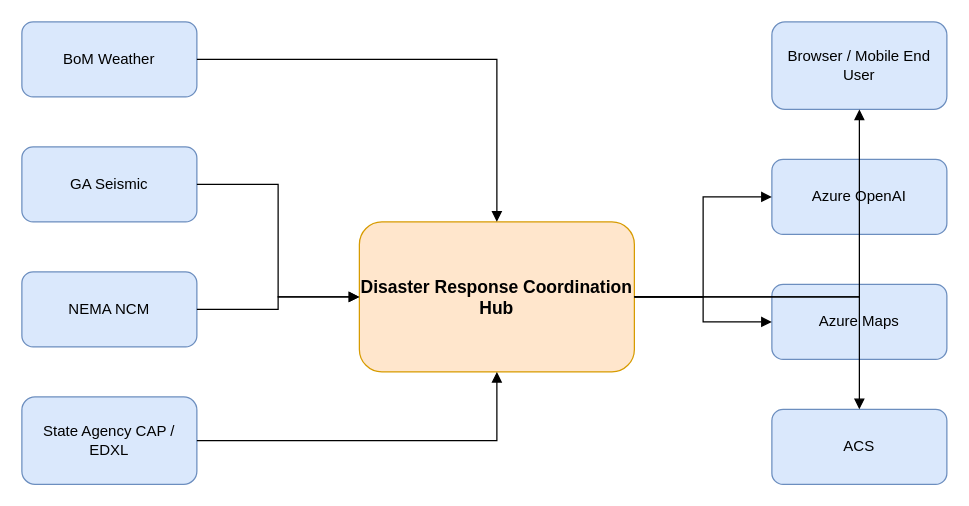
The draw.io diagram docs/architecture/c4/system.drawio in johnbilliris/ama, before the edit. Source tidied: cells renumbered, new cells numbered last; positions are measured from the earlier drawing's top-left corner, leaving out a move shared by most shapes. Both pictures are drawn from the tidied source at 125%, with x=0, y=0 at pixel (21, 21).
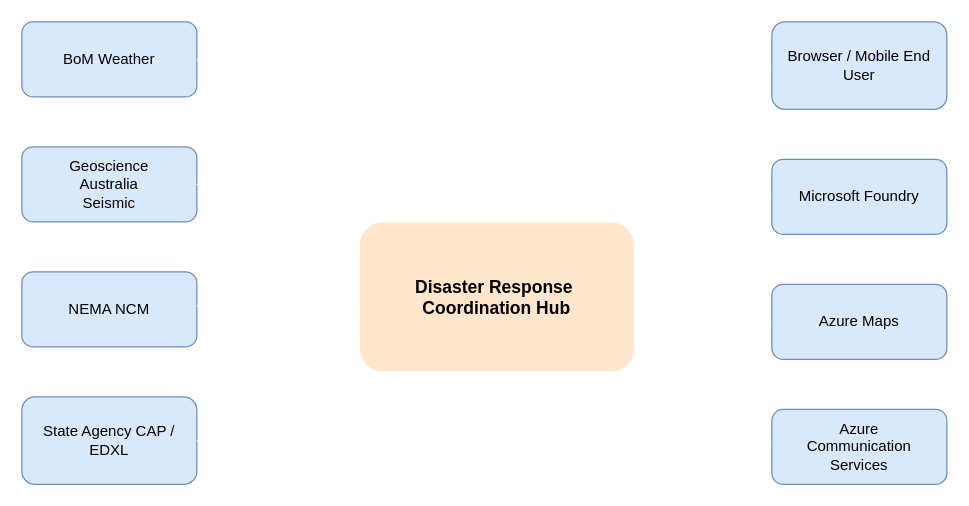
The same diagram, later.

Unchanged cells that the change refers to:
```xml
<mxCell id="3" value="BoM Weather" style="rounded=1;whiteSpace=wrap;html=1;fillColor=#dae8fc;strokeColor=#6c8ebf;fontSize=12;" parent="1" vertex="1">
  <mxGeometry width="140" height="60" as="geometry" />
</mxCell>
<mxCell id="5" value="NEMA NCM" style="rounded=1;whiteSpace=wrap;html=1;fillColor=#dae8fc;strokeColor=#6c8ebf;fontSize=12;" parent="1" vertex="1">
  <mxGeometry y="200" width="140" height="60" as="geometry" />
</mxCell>
<mxCell id="6" value="State Agency&amp;#xa;CAP / EDXL" style="rounded=1;whiteSpace=wrap;html=1;fillColor=#dae8fc;strokeColor=#6c8ebf;fontSize=12;" parent="1" vertex="1">
  <mxGeometry y="300" width="140" height="70" as="geometry" />
</mxCell>
<mxCell id="7" value="Browser / Mobile&amp;#xa;End User" style="rounded=1;whiteSpace=wrap;html=1;fillColor=#dae8fc;strokeColor=#6c8ebf;fontSize=12;" parent="1" vertex="1">
  <mxGeometry x="600" width="140" height="70" as="geometry" />
</mxCell>
<mxCell id="9" value="Azure Maps" style="rounded=1;whiteSpace=wrap;html=1;fillColor=#dae8fc;strokeColor=#6c8ebf;fontSize=12;" parent="1" vertex="1">
  <mxGeometry x="600" y="210" width="140" height="60" as="geometry" />
</mxCell>
```

The edit, as a diff of the source:
```diff
@@
-    <mxCell id="2" value="Disaster Response&amp;#xa;Coordination Hub" style="rounded=1;whiteSpace=wrap;html=1;fillColor=#ffe6cc;strokeColor=#d79b00;fontSize=14;fontStyle=1;" parent="1" vertex="1">
+    <mxCell id="2" value="Disaster Response&amp;nbsp;&lt;div&gt;Coordination Hub&lt;/div&gt;" style="rounded=1;whiteSpace=wrap;html=1;fillColor=#ffe6cc;strokeColor=#FFFFFF;fontSize=14;fontStyle=1;" parent="1" vertex="1">
       <mxGeometry x="270" y="160" width="220" height="120" as="geometry" />
     </mxCell>
@@
-    <mxCell id="4" value="GA Seismic" style="rounded=1;whiteSpace=wrap;html=1;fillColor=#dae8fc;strokeColor=#6c8ebf;fontSize=12;" parent="1" vertex="1">
+    <mxCell id="4" value="Geoscience&lt;div&gt;Australia&lt;/div&gt;&lt;div&gt;Seismic&lt;/div&gt;" style="rounded=1;whiteSpace=wrap;html=1;fillColor=#dae8fc;strokeColor=#6c8ebf;fontSize=12;" parent="1" vertex="1">
       <mxGeometry y="100" width="140" height="60" as="geometry" />
     </mxCell>
@@
-    <mxCell id="8" value="Azure OpenAI" style="rounded=1;whiteSpace=wrap;html=1;fillColor=#dae8fc;strokeColor=#6c8ebf;fontSize=12;" parent="1" vertex="1">
+    <mxCell id="8" value="Microsoft Foundry" style="rounded=1;whiteSpace=wrap;html=1;fillColor=#dae8fc;strokeColor=#6c8ebf;fontSize=12;" parent="1" vertex="1">
       <mxGeometry x="600" y="110" width="140" height="60" as="geometry" />
     </mxCell>
@@
-    <mxCell id="10" value="ACS" style="rounded=1;whiteSpace=wrap;html=1;fillColor=#dae8fc;strokeColor=#6c8ebf;fontSize=12;" parent="1" vertex="1">
+    <mxCell id="10" value="Azure&lt;div&gt;Communication&lt;/div&gt;&lt;div&gt;Services&lt;/div&gt;" style="rounded=1;whiteSpace=wrap;html=1;fillColor=#dae8fc;strokeColor=#6c8ebf;fontSize=12;" parent="1" vertex="1">
       <mxGeometry x="600" y="310" width="140" height="60" as="geometry" />
     </mxCell>
-    <mxCell id="11" style="edgeStyle=orthogonalEdgeStyle;rounded=0;jettySize=auto;html=1;endArrow=block;endFill=1;" parent="1" edge="1" source="3" target="2">
-      <mxGeometry relative="1" as="geometry" />
+    <mxCell id="11" style="edgeStyle=orthogonalEdgeStyle;rounded=0;jettySize=auto;html=1;endArrow=block;endFill=1;strokeColor=#FFFFFF;" parent="1" edge="1" source="3">
+      <mxGeometry relative="1" as="geometry">
+        <mxPoint x="270" y="227" as="targetPoint" />
+        <Array as="points">
+          <mxPoint x="200" y="30" />
+          <mxPoint x="200" y="227" />
+        </Array>
+      </mxGeometry>
     </mxCell>
-    <mxCell id="12" style="edgeStyle=orthogonalEdgeStyle;rounded=0;jettySize=auto;html=1;endArrow=block;endFill=1;" parent="1" edge="1" source="4" target="2">
-      <mxGeometry relative="1" as="geometry" />
+    <mxCell id="12" style="edgeStyle=orthogonalEdgeStyle;rounded=0;jettySize=auto;html=1;endArrow=block;endFill=1;strokeColor=#FFFFFF;" parent="1" edge="1" source="4" target="2">
+      <mxGeometry relative="1" as="geometry">
+        <Array as="points">
+          <mxPoint x="200" y="130" />
+          <mxPoint x="200" y="227" />
+        </Array>
+      </mxGeometry>
     </mxCell>
-    <mxCell id="13" style="edgeStyle=orthogonalEdgeStyle;rounded=0;jettySize=auto;html=1;endArrow=block;endFill=1;" parent="1" edge="1" source="5" target="2">
-      <mxGeometry relative="1" as="geometry" />
+    <mxCell id="13" style="edgeStyle=orthogonalEdgeStyle;rounded=0;jettySize=auto;html=1;endArrow=block;endFill=1;strokeColor=#FFFFFF;entryX=0.005;entryY=0.562;entryDx=0;entryDy=0;entryPerimeter=0;" parent="1" edge="1" source="5" target="2">
+      <mxGeometry relative="1" as="geometry">
+        <Array as="points">
+          <mxPoint x="205" y="227" />
+        </Array>
+      </mxGeometry>
     </mxCell>
-    <mxCell id="14" style="edgeStyle=orthogonalEdgeStyle;rounded=0;jettySize=auto;html=1;endArrow=block;endFill=1;" parent="1" edge="1" source="6" target="2">
-      <mxGeometry relative="1" as="geometry" />
+    <mxCell id="14" style="edgeStyle=orthogonalEdgeStyle;rounded=0;jettySize=auto;html=1;endArrow=block;endFill=1;strokeColor=#FFFFFF;entryX=-0.012;entryY=0.569;entryDx=0;entryDy=0;entryPerimeter=0;" parent="1" edge="1" source="6" target="2">
+      <mxGeometry relative="1" as="geometry">
+        <Array as="points">
+          <mxPoint x="200" y="335" />
+          <mxPoint x="200" y="228" />
+        </Array>
+      </mxGeometry>
     </mxCell>
-    <mxCell id="15" style="edgeStyle=orthogonalEdgeStyle;rounded=0;jettySize=auto;html=1;endArrow=block;endFill=1;" parent="1" edge="1" source="2" target="7">
+    <mxCell id="15" style="edgeStyle=orthogonalEdgeStyle;rounded=0;jettySize=auto;html=1;endArrow=block;endFill=1;entryX=0;entryY=0.5;entryDx=0;entryDy=0;strokeColor=#FFFFFF;" parent="1" edge="1" source="2" target="7">
       <mxGeometry relative="1" as="geometry" />
     </mxCell>
-    <mxCell id="16" style="edgeStyle=orthogonalEdgeStyle;rounded=0;jettySize=auto;html=1;endArrow=block;endFill=1;" parent="1" edge="1" source="2" target="8">
+    <mxCell id="16" style="edgeStyle=orthogonalEdgeStyle;rounded=0;jettySize=auto;html=1;endArrow=block;endFill=1;strokeColor=#FFFFFF;" parent="1" edge="1" source="2" target="8">
       <mxGeometry relative="1" as="geometry" />
     </mxCell>
-    <mxCell id="17" style="edgeStyle=orthogonalEdgeStyle;rounded=0;jettySize=auto;html=1;endArrow=block;endFill=1;" parent="1" edge="1" source="2" target="9">
+    <mxCell id="17" style="edgeStyle=orthogonalEdgeStyle;rounded=0;jettySize=auto;html=1;endArrow=block;endFill=1;strokeColor=#FFFFFF;" parent="1" edge="1" source="2" target="9">
       <mxGeometry relative="1" as="geometry" />
     </mxCell>
-    <mxCell id="18" style="edgeStyle=orthogonalEdgeStyle;rounded=0;jettySize=auto;html=1;endArrow=block;endFill=1;" parent="1" edge="1" source="2" target="10">
+    <mxCell id="18" style="edgeStyle=orthogonalEdgeStyle;rounded=0;jettySize=auto;html=1;endArrow=block;endFill=1;entryX=0;entryY=0.5;entryDx=0;entryDy=0;strokeColor=#FFFFFF;" parent="1" edge="1" source="2" target="10">
       <mxGeometry relative="1" as="geometry" />
     </mxCell>
```
